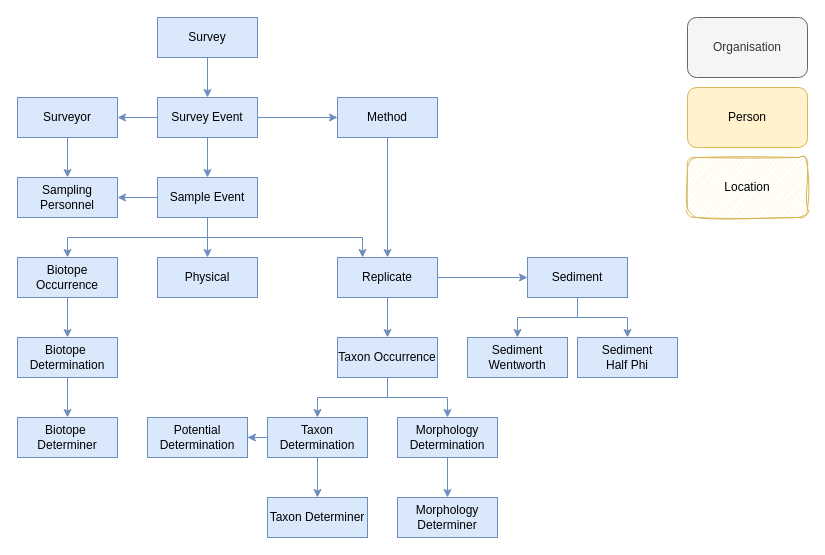
The draw.io diagram diagrams/Marine_recorder_entities_interactive.drawio in jncc/marine-recorder-documentation, before the edit. Source tidied: cells renumbered, new cells numbered last; positions are measured from the earlier drawing's top-left corner, leaving out a move shared by most shapes. Both pictures are drawn from the tidied source at 100%, with x=0, y=0 at pixel (17, 17).
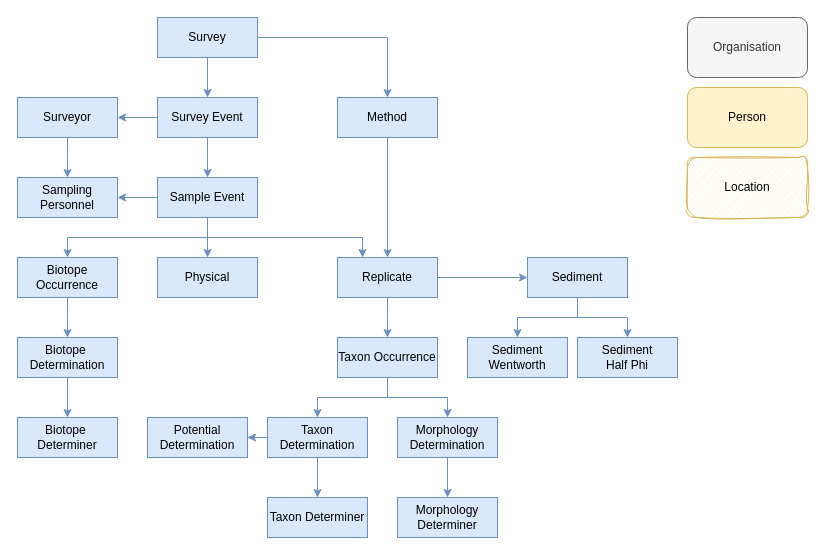
The same diagram, later.

Commit message:
Link Method to Survey

Relinked method to Survey rather than SurveyEvent

The change refers to these unchanged cells:
```xml
<mxCell id="2" value="Survey" style="whiteSpace=wrap;html=1;align=center;fillColor=#dae8fc;strokeColor=#6c8ebf;" parent="1" vertex="1">
  <mxGeometry x="140" width="100" height="40" as="geometry" />
</mxCell>
<mxCell id="26" value="Method" style="whiteSpace=wrap;html=1;align=center;fillColor=#dae8fc;strokeColor=#6c8ebf;" parent="1" vertex="1">
  <mxGeometry x="320" y="80" width="100" height="40" as="geometry" />
</mxCell>
<mxCell id="42" value="Survey Event" style="whiteSpace=wrap;html=1;align=center;fillColor=#dae8fc;strokeColor=#6c8ebf;" parent="41" vertex="1">
  <mxGeometry width="100" height="40" as="geometry" />
</mxCell>
```

Diff of the diagram source:
```diff
@@
-    <mxCell id="3" style="edgeStyle=orthogonalEdgeStyle;rounded=0;jettySize=auto;html=1;fillColor=#dae8fc;strokeColor=#6c8ebf;" parent="1" edge="1" source="42" target="26">
+    <mxCell id="3" style="edgeStyle=orthogonalEdgeStyle;rounded=0;jettySize=auto;html=1;fillColor=#dae8fc;strokeColor=#6c8ebf;exitX=1;exitY=0.5;exitDx=0;exitDy=0;" parent="1" edge="1" source="2" target="26">
       <mxGeometry relative="1" as="geometry" />
     </mxCell>
```
